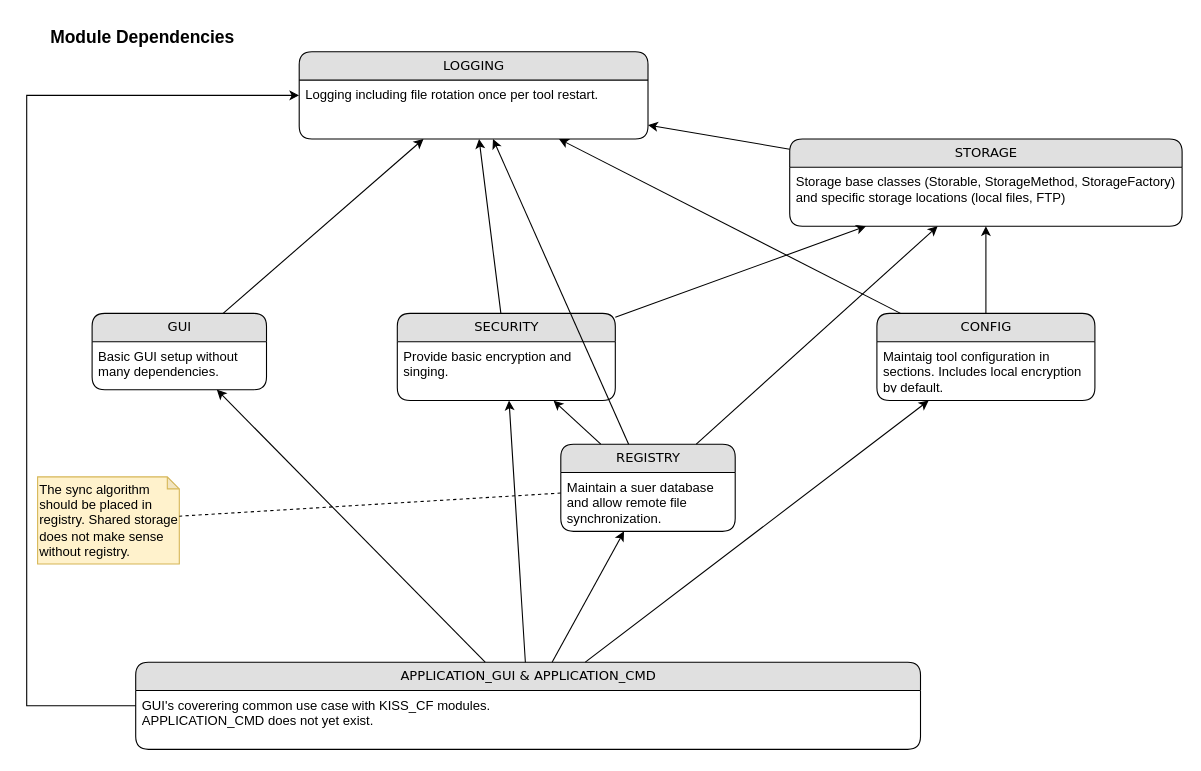
The draw.io diagram page "module" (1 of 3) of doc/overview.drawio in alexander-rd/appxf, before the edit. Source tidied: cells renumbered, new cells numbered last; positions are measured from the earlier drawing's top-left corner, leaving out a move shared by most shapes. Both pictures are drawn from the tidied source at 109%, with x=0, y=0 at pixel (26, 19).
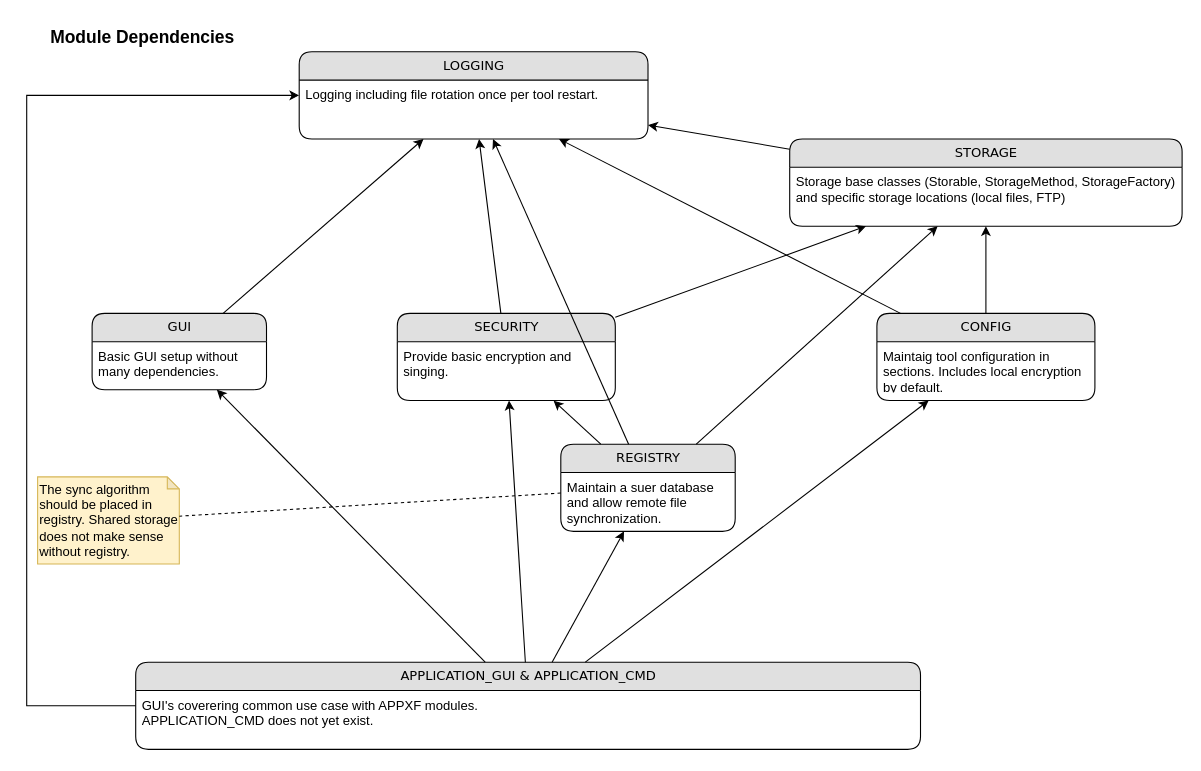
The same diagram, later.

Unchanged cells that the change refers to:
```xml
<mxCell id="23" value="APPLICATION_GUI &amp;amp; APPLICATION_CMD" style="swimlane;html=1;fontStyle=0;horizontal=1;startSize=26;fillColor=#e0e0e0;swimlaneFillColor=#ffffff;align=center;rounded=1;shadow=0;comic=0;labelBackgroundColor=none;strokeWidth=1;fontFamily=Verdana;fontSize=12;" parent="1" vertex="1">
  <mxGeometry x="100" y="590" width="720" height="80" as="geometry" />
</mxCell>
```

Change to the diagram source:
```diff
@@
-    <mxCell id="24" value="GUI's coverering common use case with KISS_CF modules.&lt;div&gt;APPLICATION_CMD does not yet exist.&lt;/div&gt;" style="text;html=1;strokeColor=none;fillColor=none;spacingLeft=4;spacingRight=4;whiteSpace=wrap;overflow=hidden;" parent="23" vertex="1">
+    <mxCell id="24" value="GUI's coverering common use case with APPXF modules.&lt;div&gt;APPLICATION_CMD does not yet exist.&lt;/div&gt;" style="text;html=1;strokeColor=none;fillColor=none;spacingLeft=4;spacingRight=4;whiteSpace=wrap;overflow=hidden;" parent="23" vertex="1">
       <mxGeometry y="26" width="720" height="54" as="geometry" />
     </mxCell>
```
